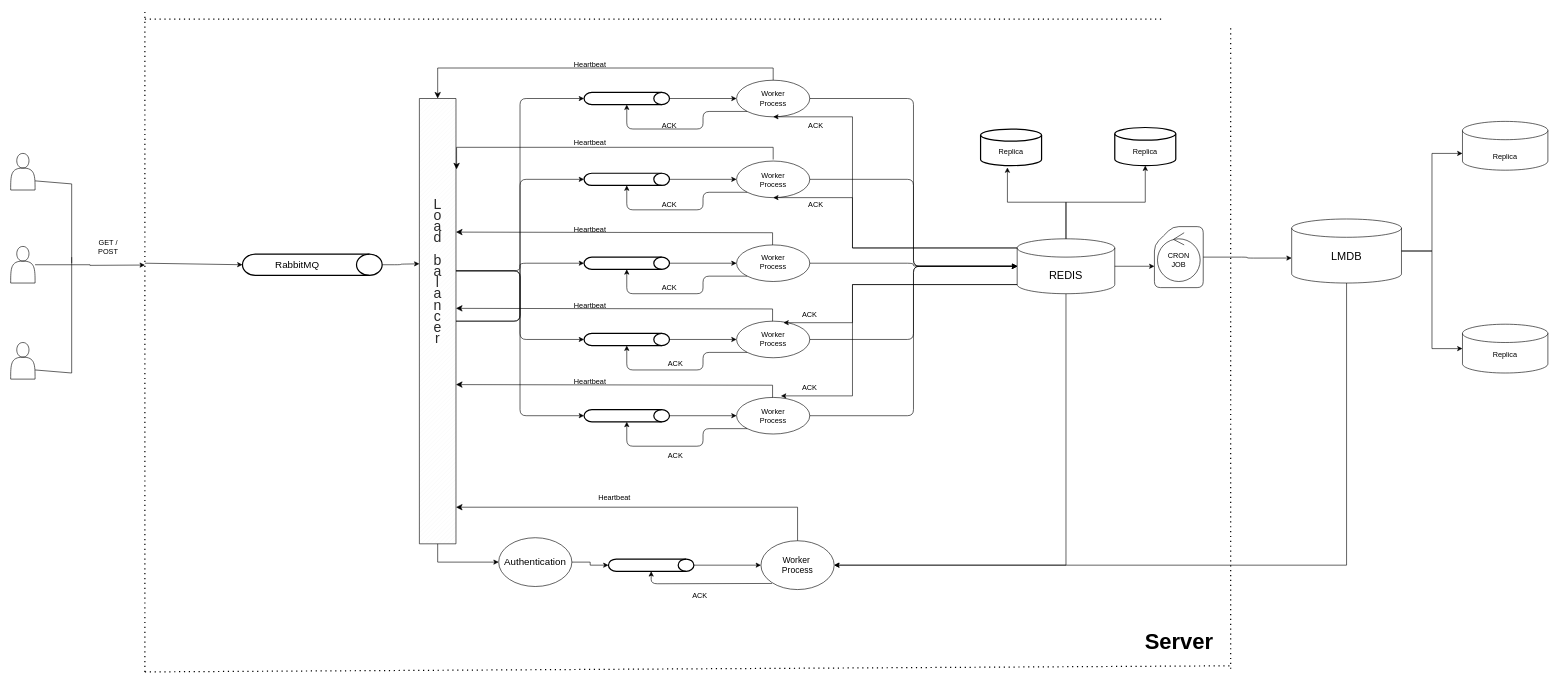
Before: page "Page-2" (2 of 3) of msgLengthCntAggrigator.drawio in mr-optimizer/System_architecture_diagrams, a draw.io diagram. Source tidied: cells renumbered, new cells numbered last; positions are measured from the earlier drawing's top-left corner, leaving out a move shared by most shapes. Both pictures are drawn from the tidied source at 61%, with x=0, y=0 at pixel (10, 11).
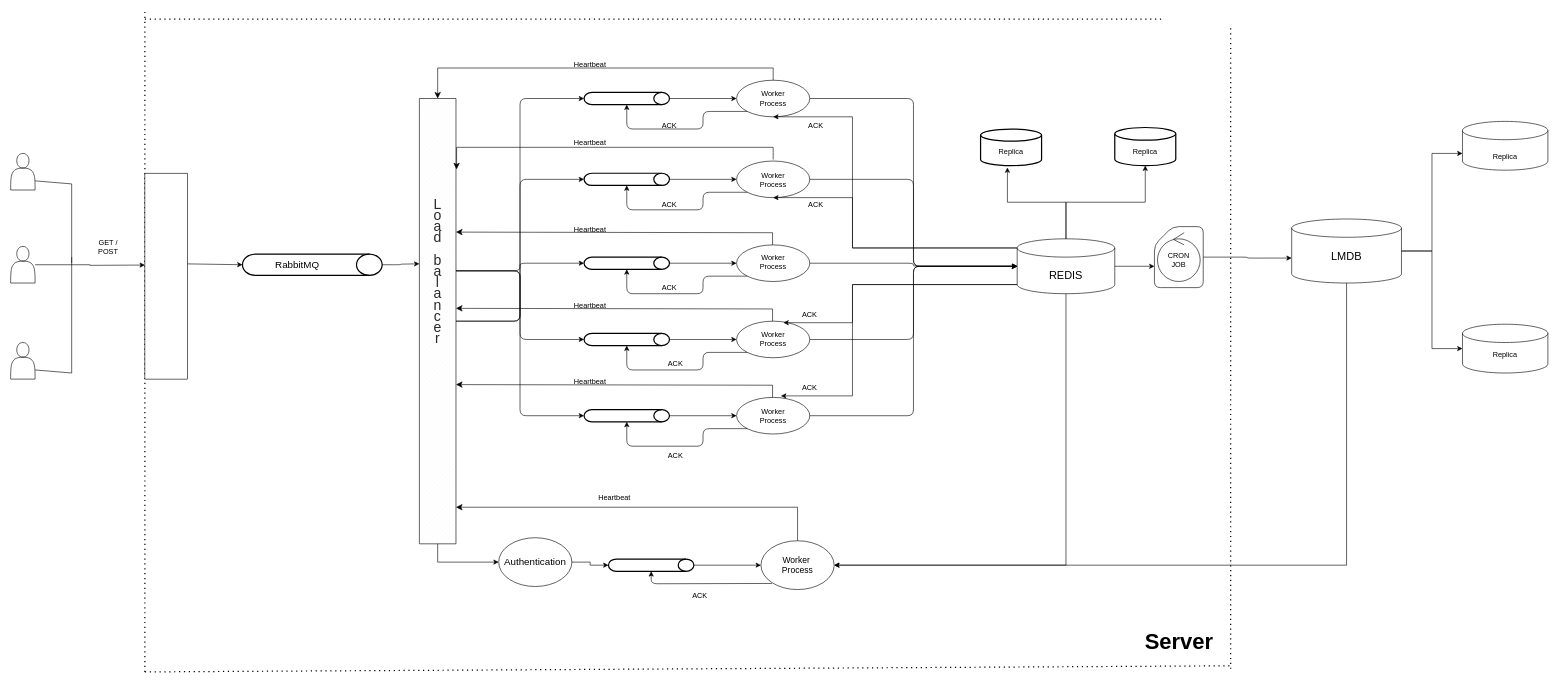
The same diagram, later.

Diff of the diagram source:
```diff
@@
+    <mxCell id="112" style="rounded=0;whiteSpace=wrap;html=1;" parent="1" vertex="1">
+      <mxGeometry x="220" y="265.5" width="70" height="337.5" as="geometry" />
+    </mxCell>
```
